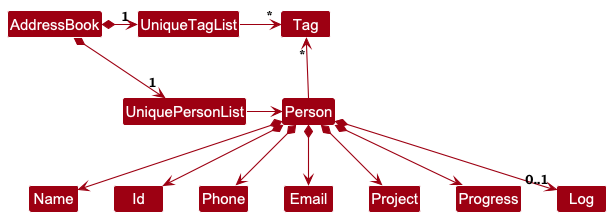
Earlier version of the PlantUML export docs/images/BetterModelClassDiagram.png (swatirajesh277/tp). Source of this version:
```plantuml
@startuml
!include style.puml
skinparam arrowThickness 1.1
skinparam arrowColor MODEL_COLOR
skinparam classBackgroundColor MODEL_COLOR

AddressBook *-right-> "1" UniquePersonList
AddressBook *-right-> "1" UniqueTagList
UniqueTagList -[hidden]down- UniquePersonList
UniqueTagList -[hidden]down- UniquePersonList

UniqueTagList -right-> "*" Tag
UniquePersonList -right-> Person

Person -up-> "*" Tag

Person *--> Name
Person *--> Id
Person *--> Phone
Person *--> Email
Person *--> Project
Person *--> Progress
Person *--> "0..1" Log
@enduml
```
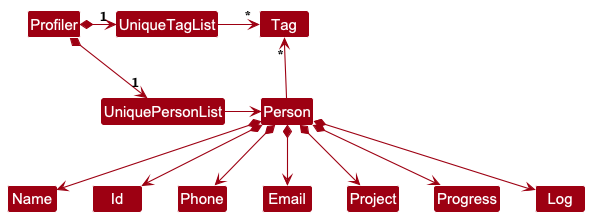
The same diagram one commit later.

Diff of the diagram source:
```diff
@@ -4,8 +4,8 @@
 skinparam arrowColor MODEL_COLOR
 skinparam classBackgroundColor MODEL_COLOR
 
-AddressBook *-right-> "1" UniquePersonList
-AddressBook *-right-> "1" UniqueTagList
+Profiler *-right-> "1" UniquePersonList
+Profiler *-right-> "1" UniqueTagList
 UniqueTagList -[hidden]down- UniquePersonList
 UniqueTagList -[hidden]down- UniquePersonList
 
@@ -20,5 +20,5 @@
 Person *--> Email
 Person *--> Project
 Person *--> Progress
-Person *--> "0..1" Log
+Person *--> Log
 @enduml
```
